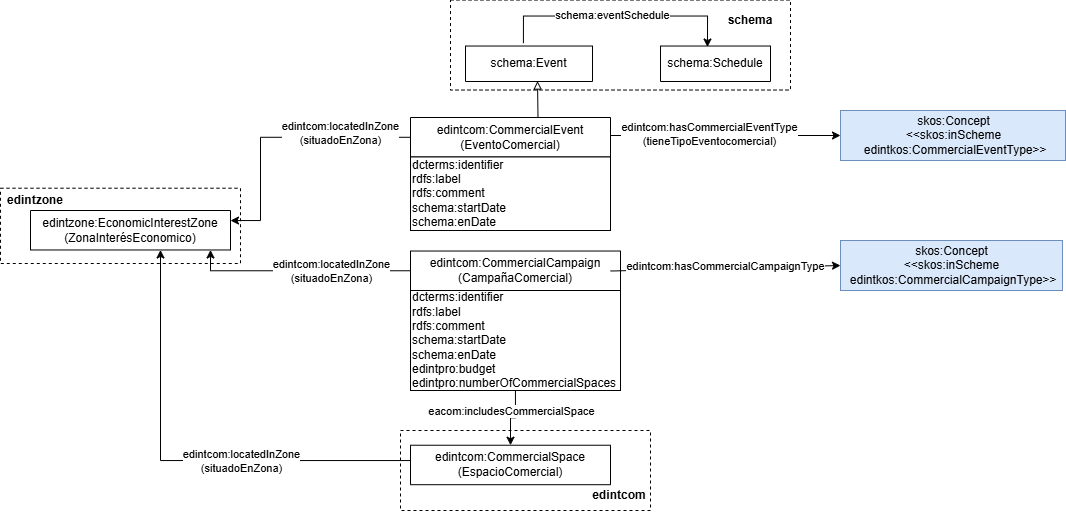
oeg-upm/edint-ontologia-promocion-comercial keeps this draw.io diagram as diagrams/diagrama.png. Above is the earlier version. Source tidied: cells renumbered, new cells last; positions are measured from the earlier drawing's top-left corner, leaving out a move shared by most shapes.
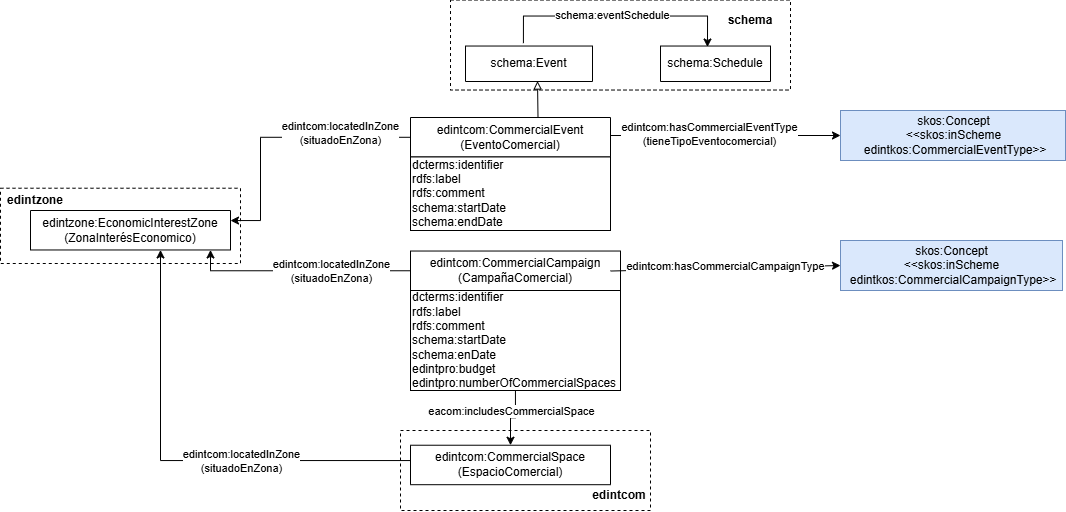
After the change.

Commit message:
Typos corrected

The edit, as a diff of the source:
```diff
@@ -128,7 +128,7 @@
     <mxCell id="30" value="edintcom" style="text;html=1;whiteSpace=wrap;strokeColor=none;fillColor=none;align=center;verticalAlign=middle;rounded=0;fontStyle=1;" parent="1" vertex="1">
       <mxGeometry x="588.5" y="480" width="60" height="30" as="geometry" />
     </mxCell>
-    <mxCell id="31" value="dcterms:identifier&lt;div&gt;rdfs:label&lt;/div&gt;&lt;div&gt;rdfs:comment&lt;/div&gt;&lt;div&gt;schema:startDate&lt;/div&gt;&lt;div&gt;schema:enDate&lt;/div&gt;" style="rounded=0;whiteSpace=wrap;html=1;align=left;" parent="1" vertex="1">
+    <mxCell id="31" value="dcterms:identifier&lt;div&gt;rdfs:label&lt;/div&gt;&lt;div&gt;rdfs:comment&lt;/div&gt;&lt;div&gt;schema:startDate&lt;/div&gt;&lt;div&gt;schema:endDate&lt;/div&gt;" style="rounded=0;whiteSpace=wrap;html=1;align=left;" parent="1" vertex="1">
       <mxGeometry x="410" y="156.5" width="200" height="73.5" as="geometry" />
     </mxCell>
     <mxCell id="32" value="dcterms:identifier&lt;div&gt;rdfs:label&lt;/div&gt;&lt;div&gt;rdfs:comment&lt;/div&gt;&lt;div&gt;schema:startDate&lt;/div&gt;&lt;div&gt;schema:enDate&lt;/div&gt;&lt;div&gt;edintpro:budget&lt;/div&gt;&lt;div&gt;edintpro:numberOfCommercialSpaces&lt;/div&gt;" style="rounded=0;whiteSpace=wrap;html=1;align=left;" parent="1" vertex="1">
```
